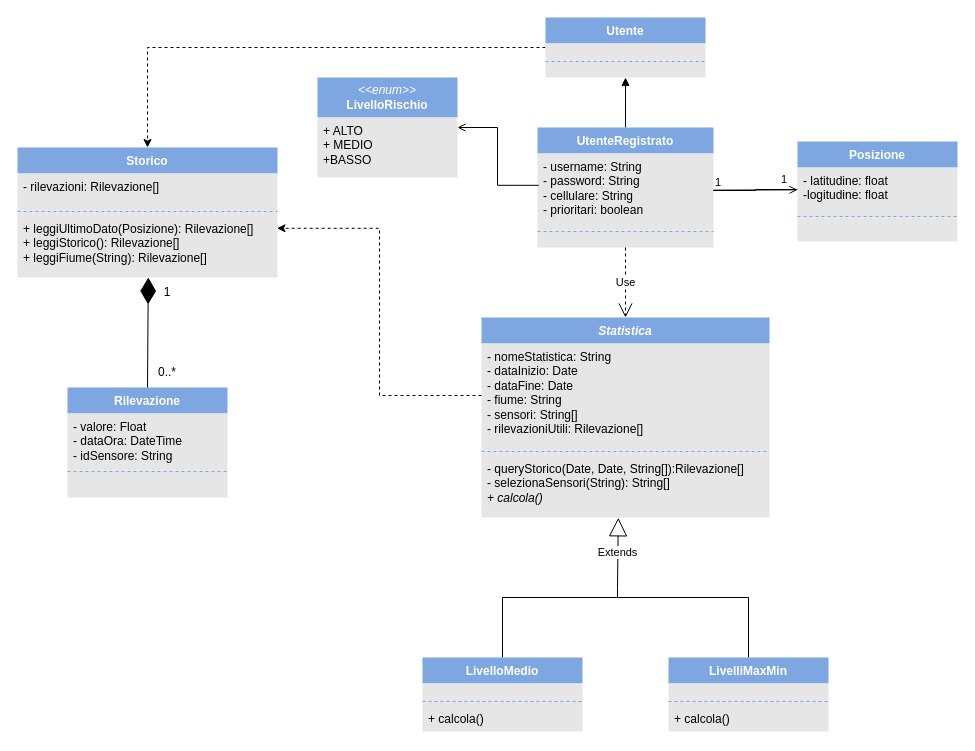
This is DominioUtenteSpec.drawio from MirkoTonelli/Ing, a draw.io file, before an edit. Source tidied: cells renumbered, new cells numbered last; positions are measured from the earlier drawing's top-left corner, leaving out a move shared by most shapes. Both pictures are drawn from the tidied source at 100%, with x=0, y=0 at pixel (17, 17).
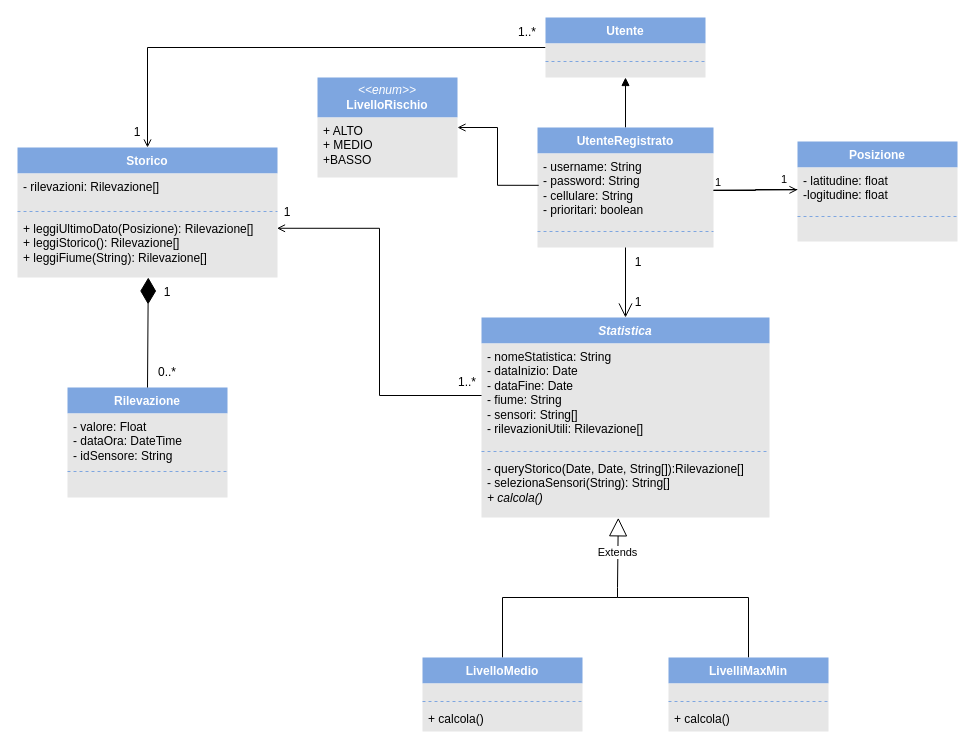
The same page after the edit.

The change refers to these unchanged cells:
```xml
<mxCell id="3" value="Utente" style="swimlane;fontStyle=1;align=center;verticalAlign=top;horizontal=1;startSize=26;whiteSpace=wrap;html=1;fillColor=#7EA6E0;swimlaneFillColor=#E6E6E6;fontColor=#FFFFFF;strokeColor=none;" parent="1" vertex="1">
  <mxGeometry x="528" width="160" height="60" as="geometry" />
</mxCell>
<mxCell id="8" value="UtenteRegistrato" style="swimlane;fontStyle=1;align=center;verticalAlign=top;horizontal=1;startSize=26;whiteSpace=wrap;html=1;fillColor=#7EA6E0;swimlaneFillColor=#E6E6E6;fontColor=#FFFFFF;strokeColor=none;" parent="1" vertex="1">
  <mxGeometry x="520" y="110" width="176" height="120" as="geometry" />
</mxCell>
<mxCell id="20" value="&lt;i&gt;Statistica&lt;/i&gt;" style="swimlane;fontStyle=1;align=center;verticalAlign=top;horizontal=1;startSize=26;whiteSpace=wrap;html=1;fillColor=#7EA6E0;swimlaneFillColor=#E6E6E6;fontColor=#FFFFFF;strokeColor=none;" parent="1" vertex="1">
  <mxGeometry x="464" y="300" width="288" height="200" as="geometry" />
</mxCell>
<mxCell id="21" value="- nomeStatistica: String&lt;div&gt;- dataInizio: Date&lt;/div&gt;&lt;div&gt;- dataFine: Date&lt;/div&gt;&lt;div&gt;- fiume: String&lt;/div&gt;&lt;div&gt;- sensori: String[]&lt;/div&gt;&lt;div&gt;- rilevazioniUtili: Rilevazione[]&lt;/div&gt;" style="text;strokeColor=none;fillColor=none;align=left;verticalAlign=top;spacingLeft=4;spacingRight=4;overflow=hidden;points=[[0,0.5],[1,0.5]];portConstraint=eastwest;whiteSpace=wrap;html=1;" parent="20" vertex="1">
  <mxGeometry y="26" width="288" height="104" as="geometry" />
</mxCell>
<mxCell id="24" value="Storico" style="swimlane;fontStyle=1;align=center;verticalAlign=top;horizontal=1;startSize=26;whiteSpace=wrap;html=1;fillColor=#7EA6E0;swimlaneFillColor=#E6E6E6;fontColor=#FFFFFF;strokeColor=none;" parent="1" vertex="1">
  <mxGeometry y="130" width="260" height="130" as="geometry" />
</mxCell>
<mxCell id="27" value="&lt;div&gt;+ leggiUltimoDato(Posizione): Rilevazione[]&lt;/div&gt;+ leggiStorico(): Rilevazione[]&lt;div&gt;+ leggiFiume(String): Rilevazione[]&lt;/div&gt;" style="text;strokeColor=none;fillColor=none;align=left;verticalAlign=top;spacingLeft=4;spacingRight=4;overflow=hidden;points=[[0,0.5],[1,0.5]];portConstraint=eastwest;whiteSpace=wrap;html=1;" parent="24" vertex="1">
  <mxGeometry y="68" width="260" height="62" as="geometry" />
</mxCell>
```

What changed in the source:
```diff
@@
-    <mxCell id="2" style="edgeStyle=orthogonalEdgeStyle;rounded=0;jettySize=auto;html=1;entryX=0.5;entryY=0;entryDx=0;entryDy=0;dashed=1;" parent="1" edge="1" source="3" target="24">
+    <mxCell id="2" style="edgeStyle=orthogonalEdgeStyle;rounded=0;jettySize=auto;html=1;entryX=0.5;entryY=0;entryDx=0;entryDy=0;endArrow=open;endFill=0;" parent="1" edge="1" source="3" target="24">
       <mxGeometry relative="1" as="geometry" />
     </mxCell>
@@
-    <mxCell id="19" value="Use" style="endArrow=open;endSize=12;dashed=1;html=1;rounded=0;exitX=0.5;exitY=1;exitDx=0;exitDy=0;entryX=0.5;entryY=0;entryDx=0;entryDy=0;" parent="1" edge="1" source="8" target="20">
+    <mxCell id="19" style="endArrow=open;endSize=12;html=1;rounded=0;exitX=0.5;exitY=1;exitDx=0;exitDy=0;entryX=0.5;entryY=0;entryDx=0;entryDy=0;" parent="1" edge="1" source="8" target="20">
       <mxGeometry relative="1" as="geometry" />
     </mxCell>
@@
-    <mxCell id="43" style="edgeStyle=orthogonalEdgeStyle;rounded=0;jettySize=auto;html=1;entryX=0.998;entryY=0.206;entryDx=0;entryDy=0;entryPerimeter=0;dashed=1;" parent="1" edge="1" source="21" target="27">
+    <mxCell id="43" style="edgeStyle=orthogonalEdgeStyle;rounded=0;jettySize=auto;html=1;entryX=0.998;entryY=0.206;entryDx=0;entryDy=0;entryPerimeter=0;endArrow=open;endFill=0;" parent="1" edge="1" source="21" target="27">
       <mxGeometry relative="1" as="geometry">
         <Array as="points">
           <mxPoint x="362" y="378" />
           <mxPoint x="362" y="211" />
         </Array>
       </mxGeometry>
     </mxCell>
@@
+    <mxCell id="51" value="1" style="text;strokeColor=none;align=center;fillColor=none;html=1;verticalAlign=middle;whiteSpace=wrap;rounded=0;" parent="1" vertex="1">
+      <mxGeometry x="240" y="180" width="60" height="30" as="geometry" />
+    </mxCell>
+    <mxCell id="52" value="1..*" style="text;strokeColor=none;align=center;fillColor=none;html=1;verticalAlign=middle;whiteSpace=wrap;rounded=0;" parent="1" vertex="1">
+      <mxGeometry x="420" y="350" width="60" height="30" as="geometry" />
+    </mxCell>
+    <mxCell id="53" value="1" style="text;strokeColor=none;align=center;fillColor=none;html=1;verticalAlign=middle;whiteSpace=wrap;rounded=0;" parent="1" vertex="1">
+      <mxGeometry x="90" y="100" width="60" height="30" as="geometry" />
+    </mxCell>
+    <mxCell id="54" value="1..*" style="text;strokeColor=none;align=center;fillColor=none;html=1;verticalAlign=middle;whiteSpace=wrap;rounded=0;" parent="1" vertex="1">
+      <mxGeometry x="480" width="60" height="30" as="geometry" />
+    </mxCell>
+    <mxCell id="55" value="1" style="text;strokeColor=none;align=center;fillColor=none;html=1;verticalAlign=middle;whiteSpace=wrap;rounded=0;" parent="1" vertex="1">
+      <mxGeometry x="591" y="230" width="60" height="30" as="geometry" />
+    </mxCell>
+    <mxCell id="56" value="1" style="text;strokeColor=none;align=center;fillColor=none;html=1;verticalAlign=middle;whiteSpace=wrap;rounded=0;" parent="1" vertex="1">
+      <mxGeometry x="591" y="270" width="60" height="30" as="geometry" />
+    </mxCell>
```
